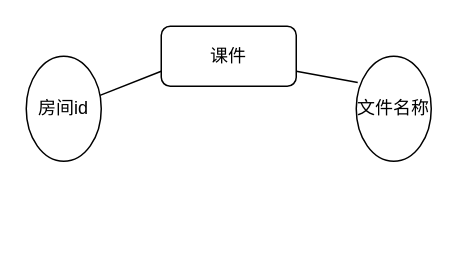
jhongxu/image-hosting keeps this draw.io diagram as drawio/课件分页实体图.drawio. Above is the earlier version. Source tidied: cells renumbered, new cells numbered last; positions are measured from the earlier drawing's top-left corner, leaving out a move shared by most shapes. Both pictures are drawn from the tidied source at 150%, with x=0, y=0 at pixel (26, 26).
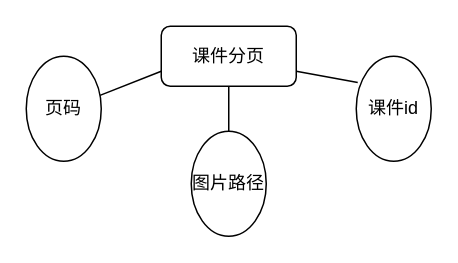
After the change.

Commit message:
更新课件分页实体图.drawio

The edit, as a diff of the source:
```diff
@@
 <mxGraphModel>
   <root>
     <mxCell id="0" />
     <mxCell id="1" parent="0" />
     <mxCell id="2" style="rounded=0;jettySize=auto;html=1;exitX=0;exitY=0.75;exitDx=0;exitDy=0;endArrow=none;endFill=0;" parent="1" edge="1" source="4" target="5">
       <mxGeometry relative="1" as="geometry" />
     </mxCell>
     <mxCell id="3" style="edgeStyle=none;rounded=0;jettySize=auto;html=1;exitX=1;exitY=0.75;exitDx=0;exitDy=0;entryX=0.02;entryY=0.25;entryDx=0;entryDy=0;entryPerimeter=0;endArrow=none;endFill=0;" parent="1" edge="1" source="4" target="6">
       <mxGeometry relative="1" as="geometry" />
     </mxCell>
+    <mxCell id="7" style="edgeStyle=orthogonalEdgeStyle;rounded=0;jettySize=auto;html=1;exitX=0.5;exitY=1;exitDx=0;exitDy=0;entryX=0.5;entryY=0;entryDx=0;entryDy=0;endArrow=none;endFill=0;" parent="1" edge="1" source="4" target="8">
+      <mxGeometry relative="1" as="geometry" />
+    </mxCell>
-    <mxCell id="4" value="课件" style="rounded=1;whiteSpace=wrap;html=1;" parent="1" vertex="1">
+    <mxCell id="4" value="课件分页" style="rounded=1;whiteSpace=wrap;html=1;" parent="1" vertex="1">
       <mxGeometry x="90" width="90" height="40" as="geometry" />
     </mxCell>
-    <mxCell id="5" value="房间id" style="ellipse;whiteSpace=wrap;html=1;" parent="1" vertex="1">
+    <mxCell id="5" value="页码" style="ellipse;whiteSpace=wrap;html=1;" parent="1" vertex="1">
       <mxGeometry y="20" width="50" height="70" as="geometry" />
     </mxCell>
-    <mxCell id="6" value="文件名称" style="ellipse;whiteSpace=wrap;html=1;" parent="1" vertex="1">
+    <mxCell id="6" value="课件id" style="ellipse;whiteSpace=wrap;html=1;" parent="1" vertex="1">
       <mxGeometry x="220" y="20" width="50" height="70" as="geometry" />
     </mxCell>
+    <mxCell id="8" value="图片路径" style="ellipse;whiteSpace=wrap;html=1;" parent="1" vertex="1">
+      <mxGeometry x="110" y="70" width="50" height="70" as="geometry" />
+    </mxCell>
   </root>
 </mxGraphModel>
```
